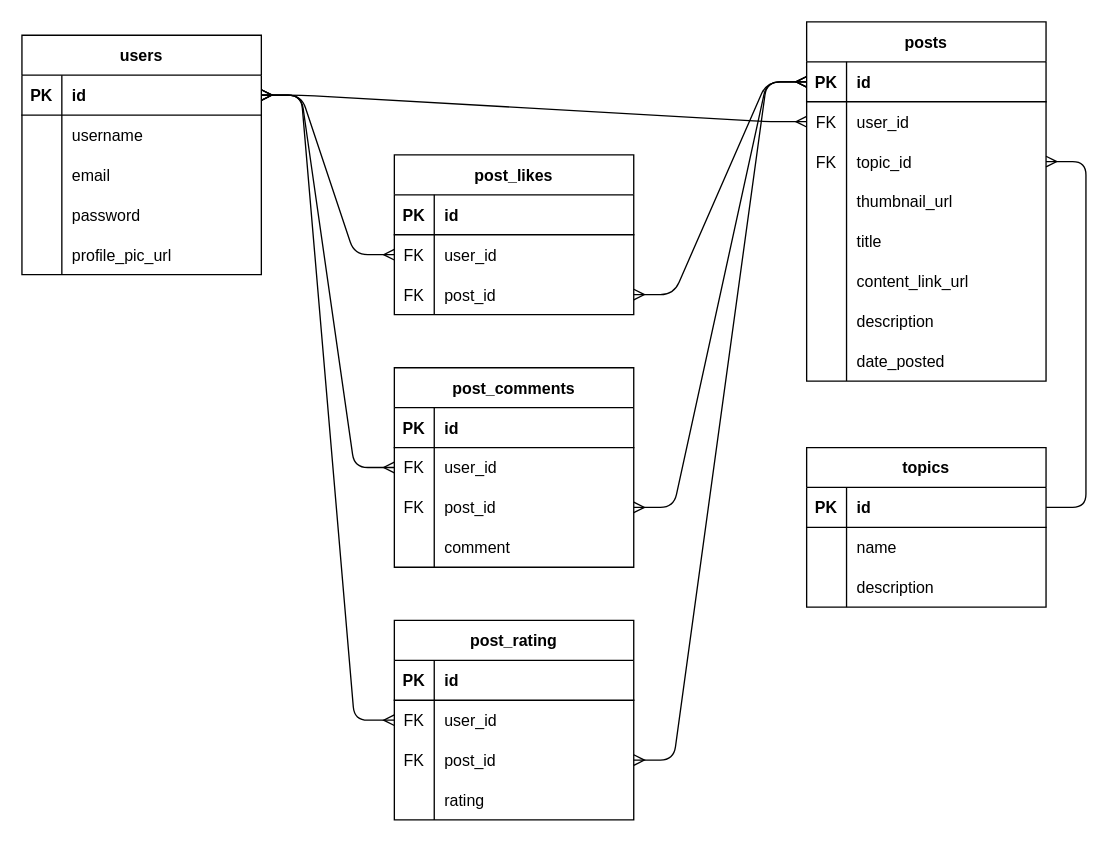
Above: db/ERD/resource_wall_tables.drawio in Millington-Holi7/resource-wall (draw.io), before the change. Source tidied: cells renumbered, new cells numbered last; positions are measured from the earlier drawing's top-left corner, leaving out a move shared by most shapes. Both pictures are drawn from the tidied source at 133%, with x=0, y=0 at pixel (21, 21).
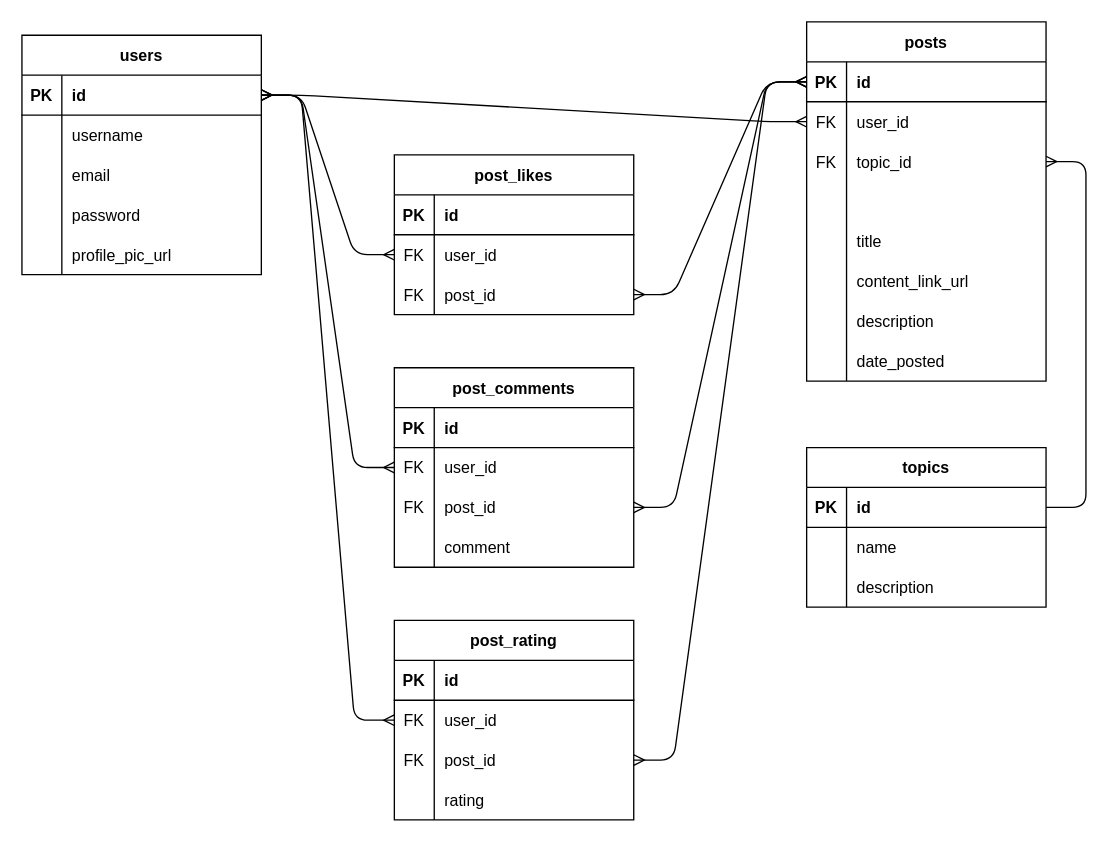
The same diagram, later.

Unchanged cells that the change refers to:
```xml
<mxCell id="28" style="shape=tableRow;horizontal=0;startSize=0;swimlaneHead=0;swimlaneBody=0;fillColor=none;top=0;left=0;right=0;bottom=0;" parent="18" vertex="1">
  <mxGeometry y="120" width="180" height="30" as="geometry" />
</mxCell>
```

What changed in the source:
```diff
@@
-    <mxCell id="30" value="thumbnail_url" style="shape=partialRectangle;fillColor=none;top=0;left=0;bottom=0;right=0;align=left;spacingLeft=6;overflow=hidden;" parent="28" vertex="1">
+    <mxCell id="30" style="shape=partialRectangle;fillColor=none;top=0;left=0;bottom=0;right=0;align=left;spacingLeft=6;overflow=hidden;" parent="28" vertex="1">
       <mxGeometry x="30" width="150" height="30" as="geometry" />
     </mxCell>
```
